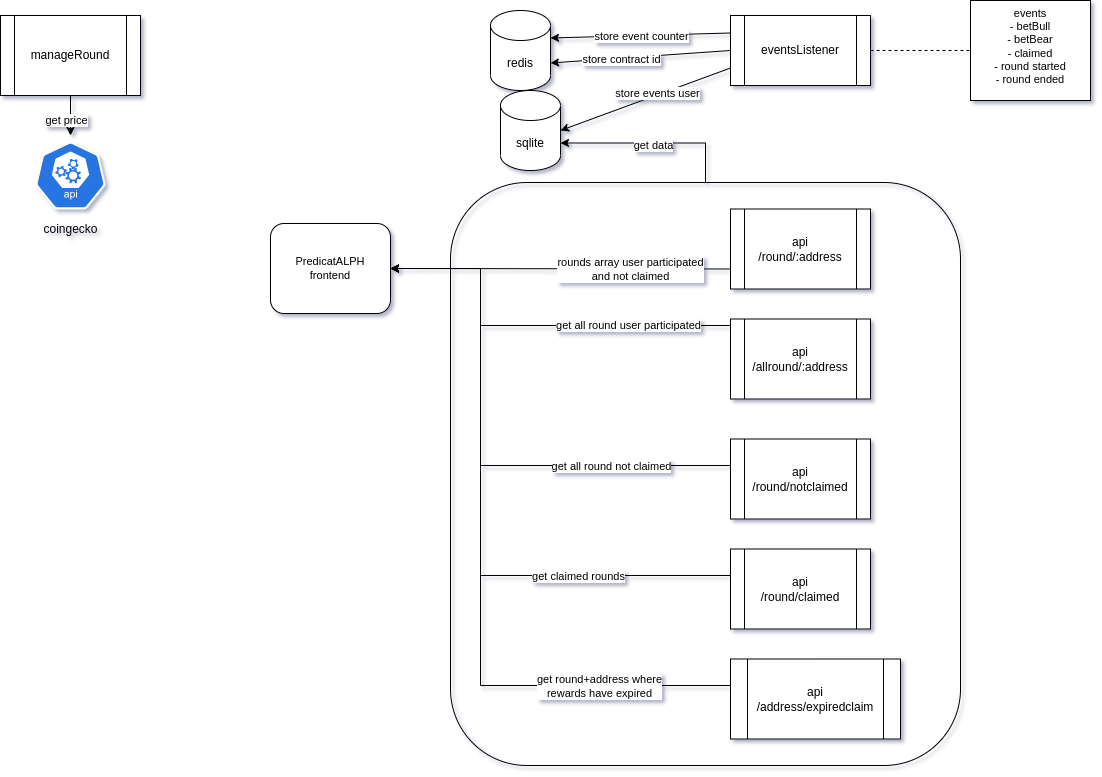
This is docs/img/components.png from notrustverify/predictalph-contracts, a draw.io export, as it was before one commit. Source tidied: cells renumbered, new cells last; positions are measured from the earlier drawing's top-left corner, leaving out a move shared by most shapes.
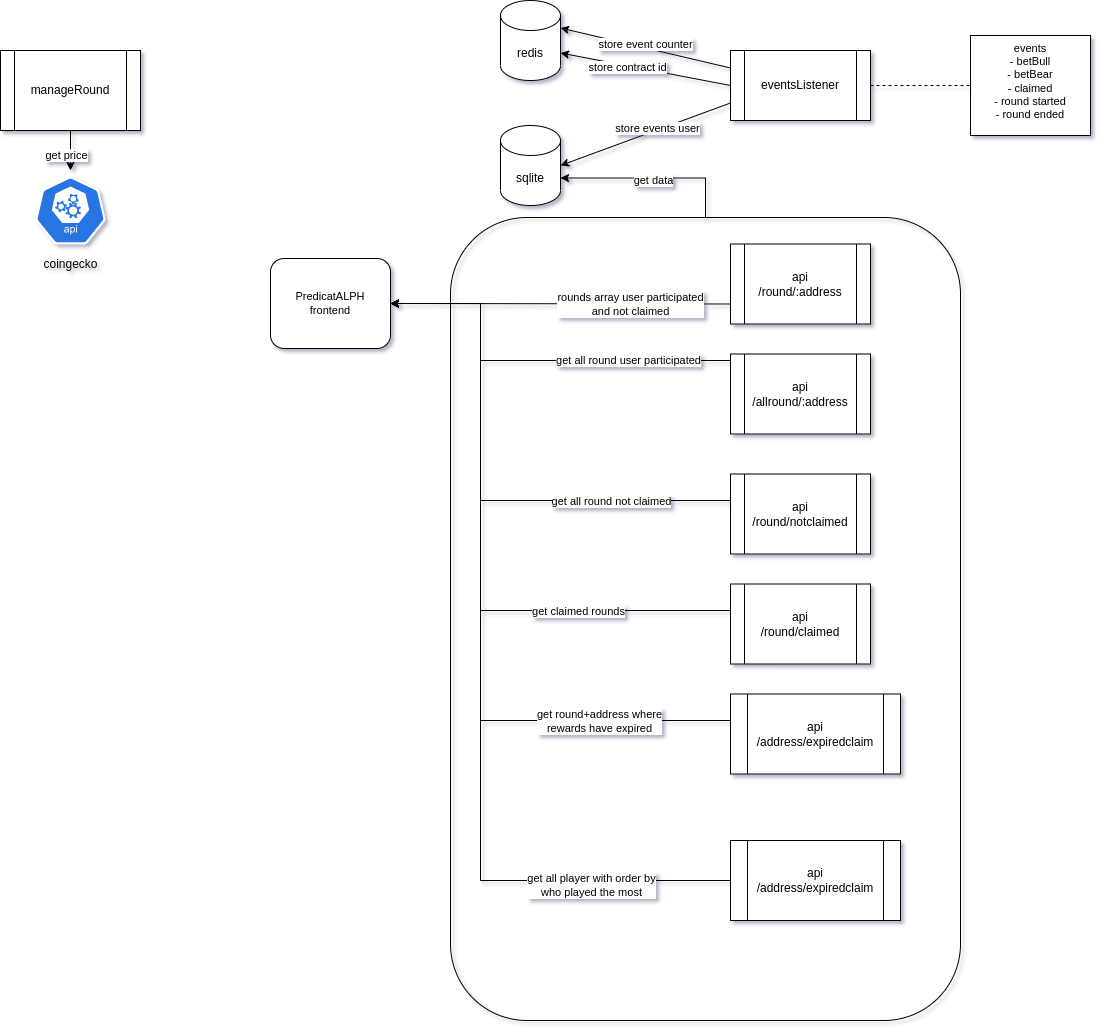
The same file after the commit.

Commit message:
fix: simplify addresses top player

Change to the diagram source:
```diff
@@ -9,7 +9,7 @@
       <mxGeometry x="-0.01" y="2" relative="1" as="geometry" />
     </mxCell>
     <mxCell id="4" style="rounded=1;whiteSpace=wrap;html=1;fillColor=none;" parent="1" vertex="1">
-      <mxGeometry x="450" y="182" width="510" height="583" as="geometry" />
+      <mxGeometry x="450" y="182" width="510" height="803" as="geometry" />
     </mxCell>
     <mxCell id="5" style="edgeStyle=none;rounded=0;jettySize=auto;html=1;exitX=1;exitY=0.5;exitDx=0;exitDy=0;entryX=0;entryY=0.5;entryDx=0;entryDy=0;fontFamily=Helvetica;fontSize=11;endArrow=none;endFill=0;dashed=1;" parent="1" edge="1" source="8" target="20">
       <mxGeometry relative="1" as="geometry" />
@@ -74,7 +74,7 @@
       </mxGeometry>
     </mxCell>
     <mxCell id="23" value="redis" style="shape=cylinder3;whiteSpace=wrap;html=1;boundedLbl=1;backgroundOutline=1;size=15;" parent="1" vertex="1">
-      <mxGeometry x="490" y="10" width="60" height="80" as="geometry" />
+      <mxGeometry x="500" y="-35" width="60" height="80" as="geometry" />
     </mxCell>
     <mxCell id="24" style="edgeStyle=orthogonalEdgeStyle;rounded=0;jettySize=auto;html=1;exitX=0;exitY=0.25;exitDx=0;exitDy=0;entryX=1;entryY=0.5;entryDx=0;entryDy=0;" parent="1" edge="1" source="26" target="19">
       <mxGeometry relative="1" as="geometry">
@@ -142,5 +142,21 @@
     <mxCell id="35" value="api&lt;br&gt;/address/expiredclaim" style="shape=process;whiteSpace=wrap;html=1;backgroundOutline=1;" parent="1" vertex="1">
       <mxGeometry x="730" y="658.5" width="170" height="80" as="geometry" />
     </mxCell>
+    <mxCell id="36" style="edgeStyle=orthogonalEdgeStyle;rounded=0;jettySize=auto;html=1;exitX=0;exitY=0.5;exitDx=0;exitDy=0;entryX=1;entryY=0.5;entryDx=0;entryDy=0;" parent="1" edge="1" source="38" target="19">
+      <mxGeometry relative="1" as="geometry">
+        <Array as="points">
+          <mxPoint x="480" y="845" />
+          <mxPoint x="480" y="268" />
+        </Array>
+      </mxGeometry>
+    </mxCell>
+    <mxCell id="37" value="get all player with order by&lt;br&gt;who played the most" style="edgeLabel;html=1;align=center;verticalAlign=middle;" parent="36" vertex="1">
+      <mxGeometry x="-0.76" y="4" relative="1" as="geometry">
+        <mxPoint x="-29" as="offset" />
+      </mxGeometry>
+    </mxCell>
+    <mxCell id="38" value="api&lt;br&gt;/address/expiredclaim" style="shape=process;whiteSpace=wrap;html=1;backgroundOutline=1;" parent="1" vertex="1">
+      <mxGeometry x="730" y="805" width="170" height="80" as="geometry" />
+    </mxCell>
   </root>
 </mxGraphModel>
```
